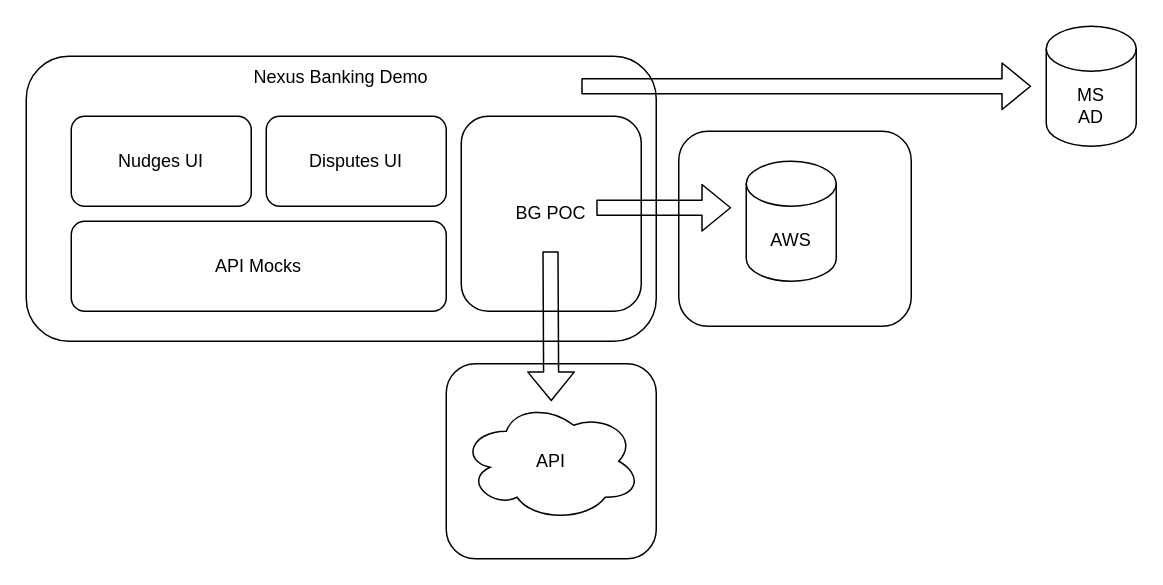
hikumealan/draw-io-diagrams keeps this draw.io diagram as Nexus Demo.drawio. Above is the earlier version. Source tidied: cells renumbered, new cells numbered last; positions are measured from the earlier drawing's top-left corner, leaving out a move shared by most shapes. Both pictures are drawn from the tidied source at 150%, with x=0, y=0 at pixel (26, 26).
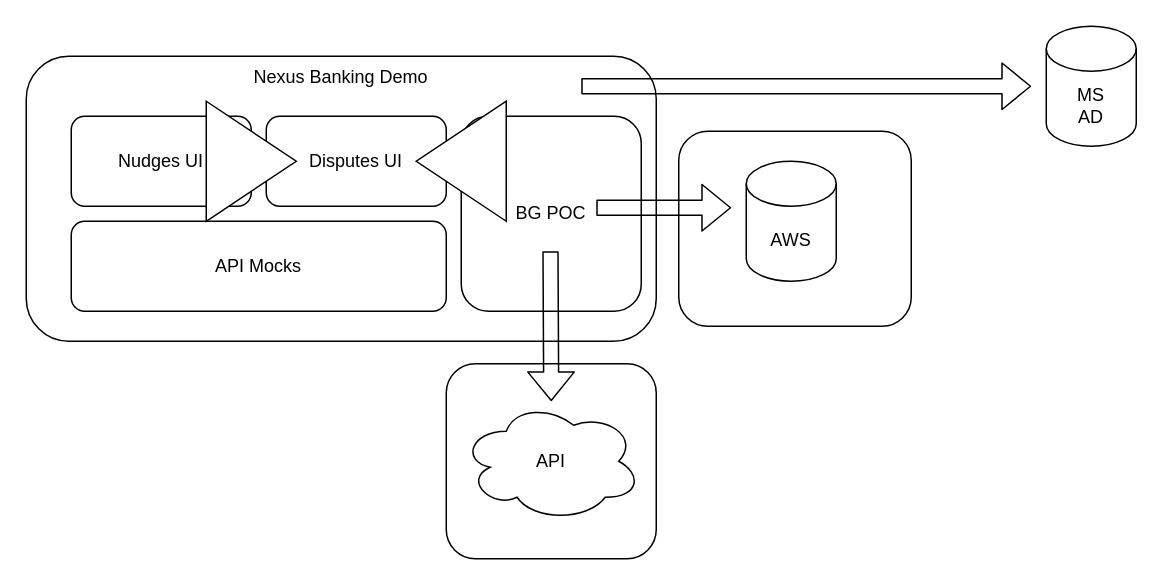
After the change.

What changed in the source:
```diff
@@
 <mxGraphModel>
   <root>
     <mxCell id="0" />
     <mxCell id="1" parent="0" />
     <mxCell id="2" style="rounded=1;whiteSpace=wrap;html=1;" parent="1" vertex="1">
       <mxGeometry x="435" y="70" width="155" height="130" as="geometry" />
     </mxCell>
     <mxCell id="3" style="rounded=1;whiteSpace=wrap;html=1;" parent="1" vertex="1">
       <mxGeometry x="280" y="225" width="140" height="130" as="geometry" />
     </mxCell>
     <mxCell id="4" value="Nexus Banking Demo" style="rounded=1;whiteSpace=wrap;html=1;verticalAlign=top;" parent="1" vertex="1">
       <mxGeometry y="20" width="420" height="190" as="geometry" />
     </mxCell>
     <mxCell id="5" value="BG POC" style="rounded=1;whiteSpace=wrap;html=1;" parent="1" vertex="1">
       <mxGeometry x="290" y="60" width="120" height="130" as="geometry" />
     </mxCell>
     <mxCell id="6" style="shape=flexArrow;endArrow=classic;html=1;" parent="1" edge="1">
       <mxGeometry relative="1" as="geometry">
         <mxPoint x="380" y="121" as="sourcePoint" />
         <mxPoint x="470" y="121" as="targetPoint" />
       </mxGeometry>
     </mxCell>
     <mxCell id="7" style="shape=flexArrow;endArrow=classic;html=1;" parent="1" edge="1">
       <mxGeometry relative="1" as="geometry">
         <mxPoint x="370" y="40" as="sourcePoint" />
         <mxPoint x="670" y="40" as="targetPoint" />
       </mxGeometry>
     </mxCell>
     <mxCell id="8" value="AWS" style="shape=cylinder3;whiteSpace=wrap;html=1;boundedLbl=1;backgroundOutline=1;size=15;" parent="1" vertex="1">
       <mxGeometry x="480" y="90" width="60" height="80" as="geometry" />
     </mxCell>
     <mxCell id="9" value="MS&lt;br&gt;AD" style="shape=cylinder3;whiteSpace=wrap;html=1;boundedLbl=1;backgroundOutline=1;size=15;" parent="1" vertex="1">
       <mxGeometry x="680" width="60" height="80" as="geometry" />
     </mxCell>
     <mxCell id="10" value="API Mocks" style="rounded=1;whiteSpace=wrap;html=1;" parent="1" vertex="1">
       <mxGeometry x="30" y="130" width="250" height="60" as="geometry" />
     </mxCell>
     <mxCell id="11" style="shape=flexArrow;endArrow=classic;html=1;" parent="1" edge="1">
       <mxGeometry relative="1" as="geometry">
         <mxPoint x="349.5" y="150" as="sourcePoint" />
         <mxPoint x="350" y="250" as="targetPoint" />
       </mxGeometry>
     </mxCell>
     <mxCell id="12" value="API" style="ellipse;shape=cloud;whiteSpace=wrap;html=1;" parent="1" vertex="1">
       <mxGeometry x="290" y="250" width="120" height="80" as="geometry" />
     </mxCell>
     <mxCell id="13" value="Disputes UI" style="rounded=1;whiteSpace=wrap;html=1;" parent="1" vertex="1">
       <mxGeometry x="160" y="60" width="120" height="60" as="geometry" />
     </mxCell>
     <mxCell id="14" value="Nudges UI" style="rounded=1;whiteSpace=wrap;html=1;" parent="1" vertex="1">
       <mxGeometry x="30" y="60" width="120" height="60" as="geometry" />
     </mxCell>
+    <mxCell id="15" style="triangle;whiteSpace=wrap;html=1;" parent="1" vertex="1">
+      <mxGeometry x="120" y="50" width="60" height="80" as="geometry" />
+    </mxCell>
+    <mxCell id="16" style="triangle;whiteSpace=wrap;html=1;rotation=-180;" parent="1" vertex="1">
+      <mxGeometry x="260" y="50" width="60" height="80" as="geometry" />
+    </mxCell>
   </root>
 </mxGraphModel>
```
